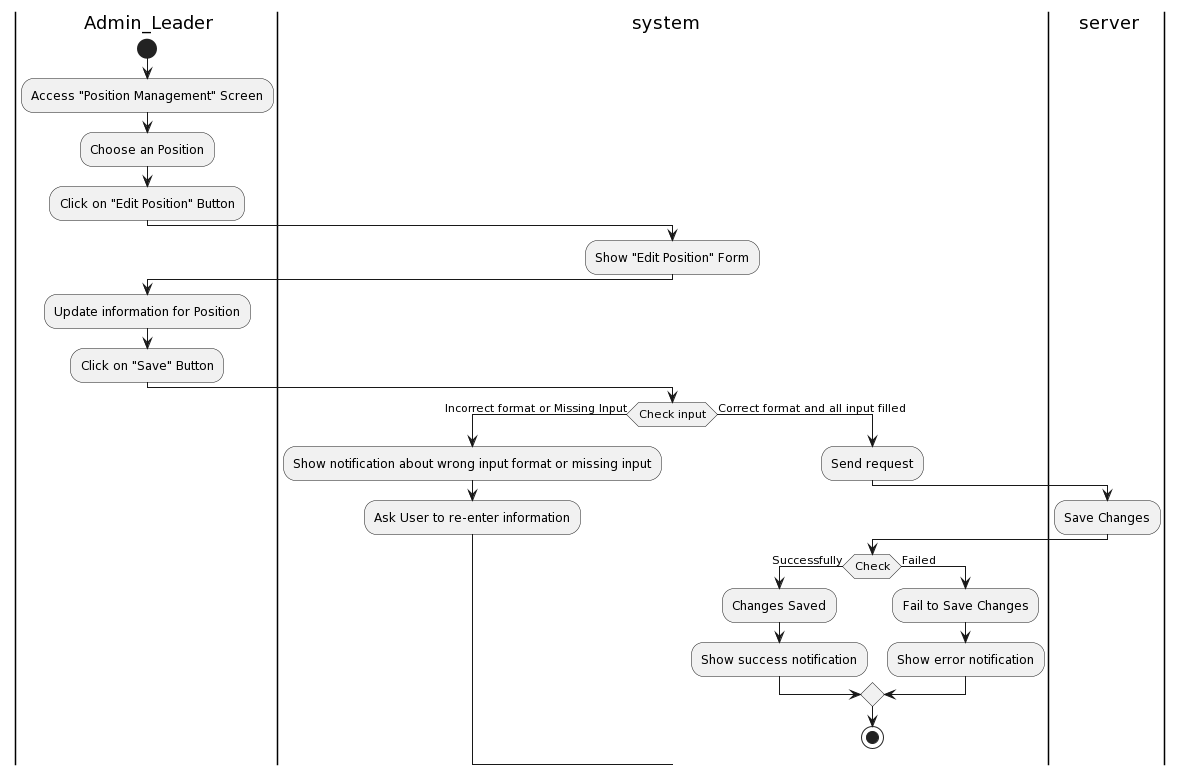
This is Lab1/Lab1.2/Activity Diagram/SystemManagement/PositionManagement/EditPositionInformation/EditPositionInformation.png from khoapham1003/SE357-Pratice-class, a PlantUML export, as it was before one commit.
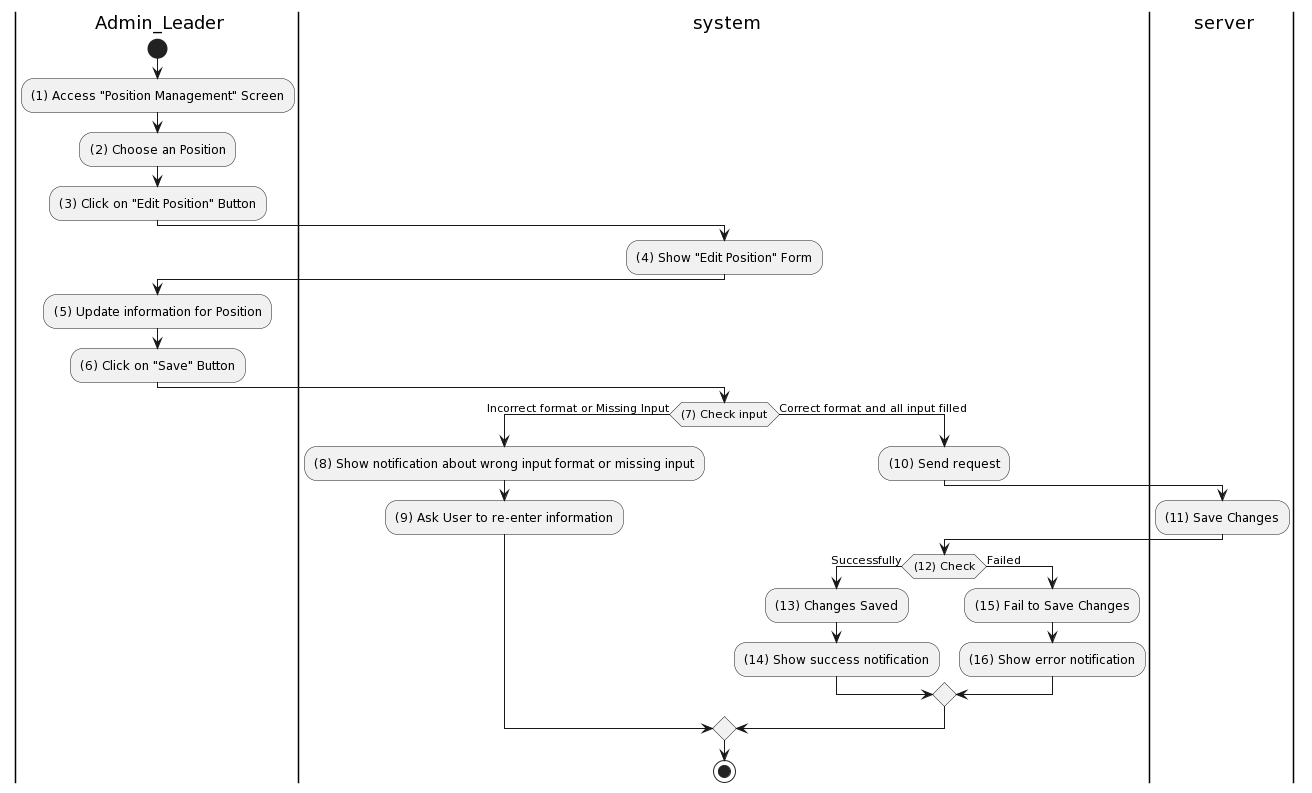
After the commit.

Change to the diagram source:
```diff
@@ -4,30 +4,31 @@
 |ser| server
 |a|
 start
-:Access "Position Management" Screen;
-:Choose an Position;
-:Click on "Edit Position" Button;
+:(1) Access "Position Management" Screen;
+:(2) Choose an Position;
+:(3) Click on "Edit Position" Button;
 |sys|
-:Show "Edit Position" Form;
+:(4) Show "Edit Position" Form;
 |a|
-:Update information for Position;
-:Click on "Save" Button;
+:(5) Update information for Position;
+:(6) Click on "Save" Button;
 |sys|
-if (Check input) then (Incorrect format or Missing Input)
-:Show notification about wrong input format or missing input;
-:Ask User to re-enter information;
+if ((7) Check input) then (Incorrect format or Missing Input)
+:(8) Show notification about wrong input format or missing input;
+:(9) Ask User to re-enter information;
 else (Correct format and all input filled)
 |sys|
-:Send request;
+:(10) Send request;
 |ser|
-:Save Changes;
+:(11) Save Changes;
 |sys|
-if(Check) then (Successfully)
-:Changes Saved;
-:Show success notification;
+if((12) Check) then (Successfully)
+:(13) Changes Saved;
+:(14) Show success notification;
 else (Failed)
-:Fail to Save Changes;
-:Show error notification;
+:(15) Fail to Save Changes;
+:(16) Show error notification;
+endif
 endif
 
 stop
```
